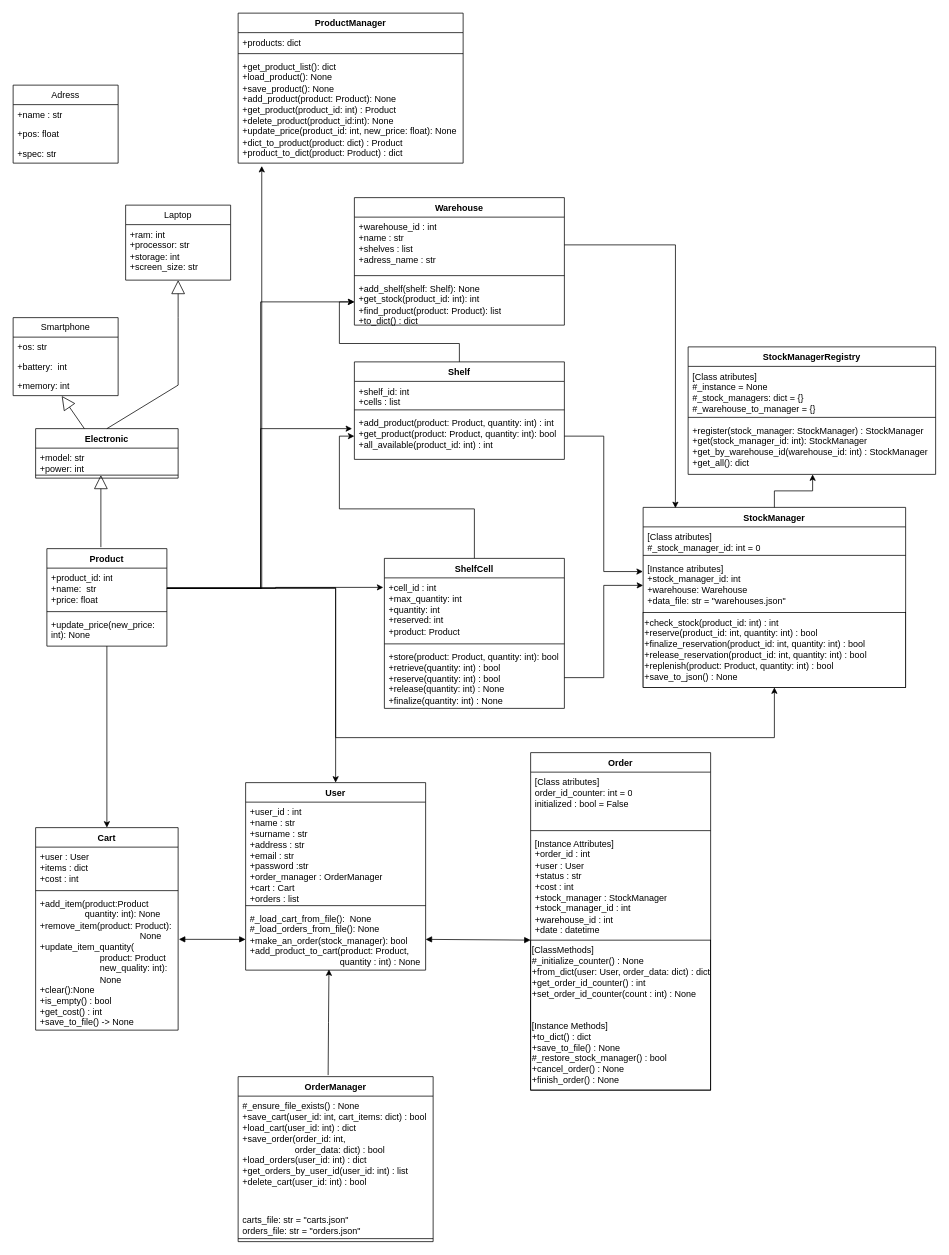
Above: ДиаграммаКлассов.drawio in Ku7ara4a/LabRab1 (draw.io), before the change. Source tidied: cells renumbered, new cells numbered last; positions are measured from the earlier drawing's top-left corner, leaving out a move shared by most shapes. Both pictures are drawn from the tidied source at 75%, with x=0, y=0 at pixel (13, 13).
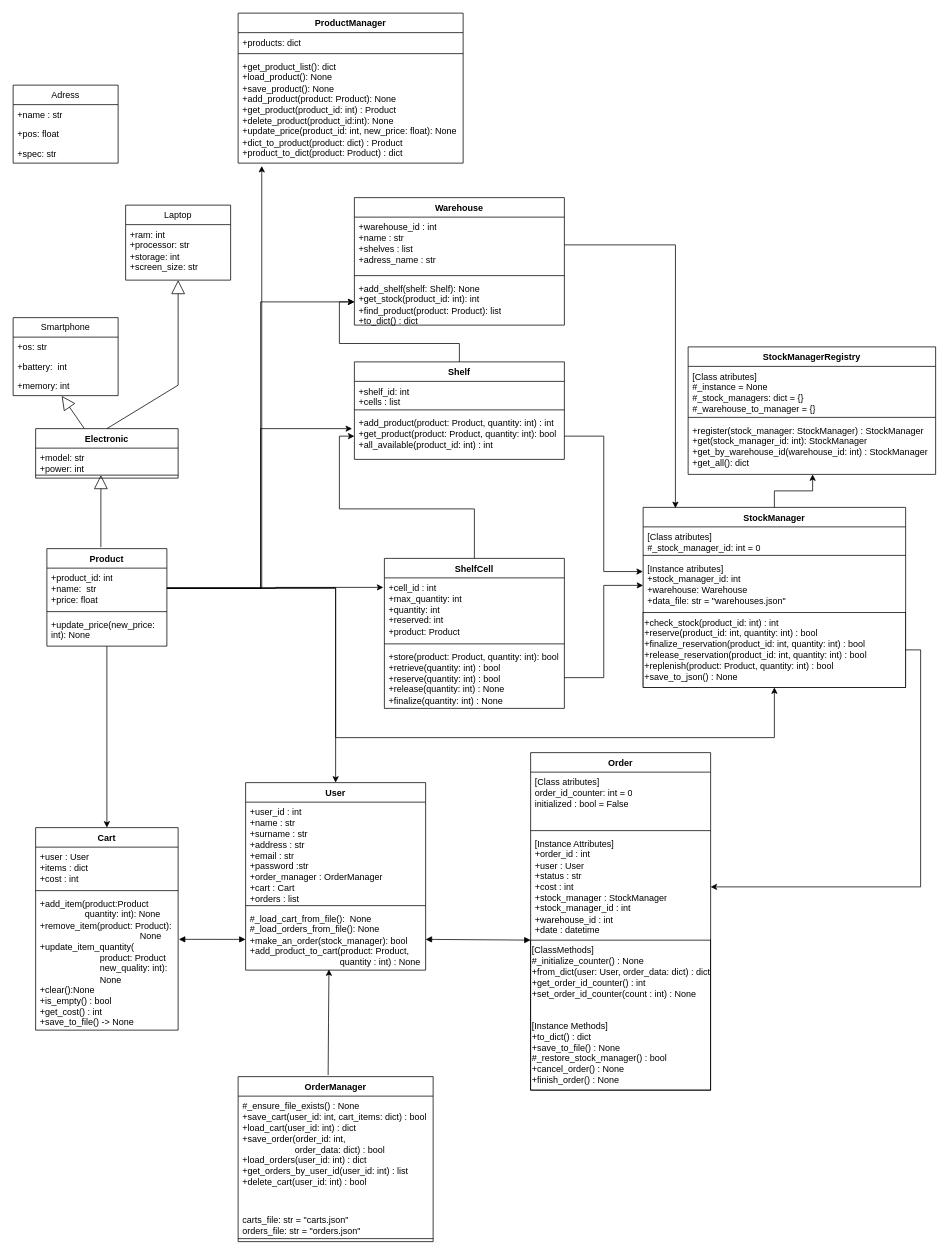
Above is the later version.

Commit message:
Добавил Диаграмму классов

Unchanged cells that the change refers to:
```xml
<mxCell id="13" value="[Instance Attributes]&lt;div&gt;+order_id : int&lt;/div&gt;&lt;div&gt;+user : User&lt;/div&gt;&lt;div&gt;+status : str&lt;/div&gt;&lt;div&gt;+cost : int&lt;/div&gt;&lt;div&gt;+stock_manager : StockManager&lt;/div&gt;&lt;div&gt;+stock_manager_id : int&lt;/div&gt;&lt;div&gt;+warehouse_id : int&lt;/div&gt;&lt;div&gt;+date : datetime&lt;/div&gt;" style="text;strokeColor=none;fillColor=none;align=left;verticalAlign=top;spacingLeft=4;spacingRight=4;overflow=hidden;points=[[0,0.5],[1,0.5]];portConstraint=eastwest;whiteSpace=wrap;html=1;" parent="10" vertex="1">
  <mxGeometry y="108" width="240" height="142" as="geometry" />
</mxCell>
<mxCell id="65" value="+check_stock(product_id: int) : int&lt;div&gt;+reserve(product_id: int, quantity: int) : bool&lt;/div&gt;&lt;div&gt;+finalize_reservation(product_id: int, quantity: int) : bool&lt;/div&gt;&lt;div&gt;+release_reservation(product_id: int, quantity: int) : bool&lt;/div&gt;&lt;div&gt;+replenish(product: Product, quantity: int) : bool&lt;/div&gt;&lt;div&gt;+save_to_json() : None&lt;/div&gt;" style="html=1;whiteSpace=wrap;verticalAlign=top;align=left;" parent="61" vertex="1">
  <mxGeometry y="140" width="350" height="100" as="geometry" />
</mxCell>
```

What changed in the source:
```diff
@@
+    <mxCell id="80" style="edgeStyle=orthogonalEdgeStyle;rounded=0;jettySize=auto;html=1;exitX=1;exitY=0.5;exitDx=0;exitDy=0;entryX=1;entryY=0.5;entryDx=0;entryDy=0;" parent="1" edge="1" source="65" target="13">
+      <mxGeometry relative="1" as="geometry" />
+    </mxCell>
```
